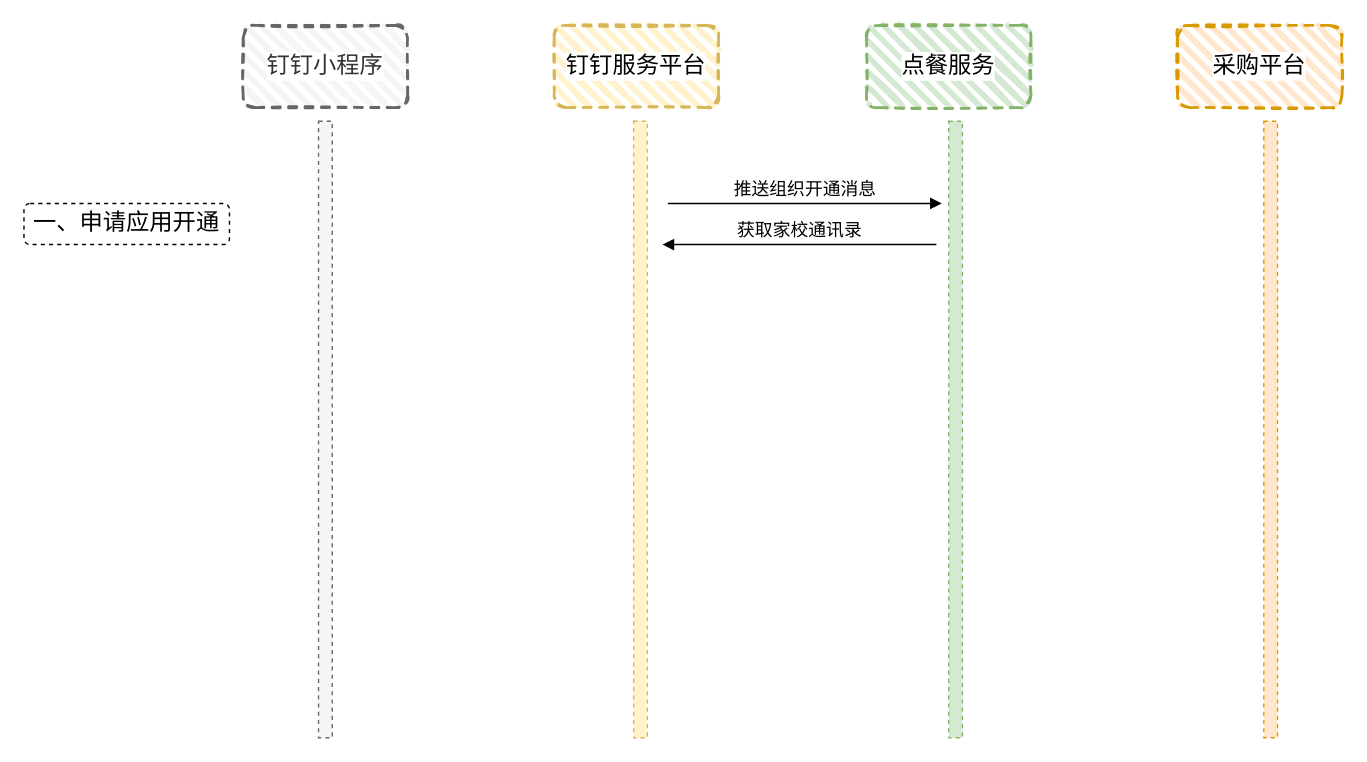
The draw.io diagram Untitled Diagram.drawio in mylovage/GolemQ, before the edit. Source tidied: cells renumbered, new cells numbered last; positions are measured from the earlier drawing's top-left corner, leaving out a move shared by most shapes. Both pictures are drawn from the tidied source at 137%, with x=0, y=0 at pixel (23, 25).
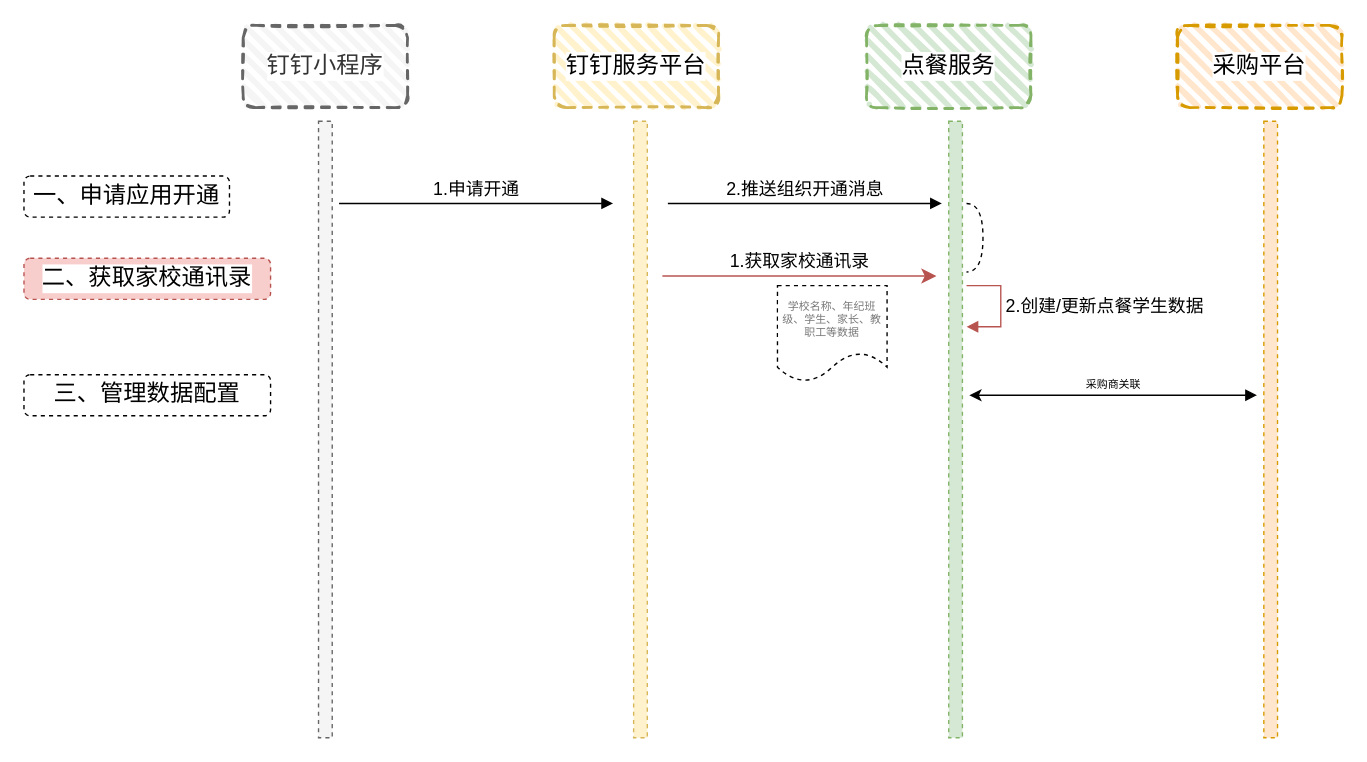
The same diagram, later.

Change to the diagram source:
```diff
@@
     <mxCell id="10" value="一、申请应用开通" style="rounded=1;whiteSpace=wrap;html=1;dashed=1;labelBackgroundColor=#ffffff;fontSize=17;" parent="1" vertex="1">
-      <mxGeometry y="130" width="150" height="30" as="geometry" />
+      <mxGeometry y="110" width="150" height="30" as="geometry" />
     </mxCell>
-    <mxCell id="11" value="推送组织开通消息" style="html=1;verticalAlign=bottom;startArrow=none;startFill=0;endArrow=block;fontSize=13;" parent="1" edge="1">
+    <mxCell id="11" value="2.推送组织开通消息" style="html=1;verticalAlign=bottom;startArrow=none;startFill=0;endArrow=block;fontSize=13;" parent="1" edge="1">
       <mxGeometry relative="1" as="geometry">
         <mxPoint x="470" y="130" as="sourcePoint" />
         <mxPoint x="670" y="130" as="targetPoint" />
       </mxGeometry>
     </mxCell>
-    <mxCell id="12" value="获取家校通讯录" style="html=1;verticalAlign=bottom;startArrow=none;startFill=0;endArrow=block;startSize=8;fontSize=13;" parent="1" edge="1">
+    <mxCell id="12" value="1.获取家校通讯录" style="html=1;verticalAlign=bottom;startArrow=classic;startFill=1;endArrow=none;startSize=8;fontSize=13;endFill=0;fillColor=#f8cecc;strokeColor=#B85450;" parent="1" edge="1">
       <mxGeometry relative="1" as="geometry">
-        <mxPoint x="666" y="160" as="sourcePoint" />
-        <mxPoint x="466" y="160" as="targetPoint" />
+        <mxPoint x="666" y="183" as="sourcePoint" />
+        <mxPoint x="466" y="183" as="targetPoint" />
       </mxGeometry>
     </mxCell>
+    <mxCell id="13" value="二、获取家校通讯录" style="rounded=1;whiteSpace=wrap;html=1;dashed=1;labelBackgroundColor=#ffffff;fontSize=17;fillColor=#f8cecc;strokeColor=#B85450;" parent="1" vertex="1">
+      <mxGeometry y="170" width="180" height="30" as="geometry" />
+    </mxCell>
+    <mxCell id="14" value="1.申请开通" style="html=1;verticalAlign=bottom;startArrow=none;startFill=0;endArrow=block;fontSize=13;" parent="1" edge="1">
+      <mxGeometry relative="1" as="geometry">
+        <mxPoint x="230" y="130" as="sourcePoint" />
+        <mxPoint x="430" y="130" as="targetPoint" />
+      </mxGeometry>
+    </mxCell>
+    <mxCell id="15" style="shape=requiredInterface;html=1;verticalLabelPosition=bottom;dashed=1;labelBackgroundColor=#ffffff;fontSize=13;" parent="1" vertex="1">
+      <mxGeometry x="688" y="130" width="12" height="50" as="geometry" />
+    </mxCell>
+    <mxCell id="16" value="2.创建/更新点餐学生数据" style="edgeStyle=orthogonalEdgeStyle;html=1;align=left;spacingLeft=2;endArrow=block;rounded=0;fontSize=13;fillColor=#f8cecc;strokeColor=#B85450;" parent="1" edge="1">
+      <mxGeometry relative="1" as="geometry">
+        <mxPoint x="688" y="190" as="sourcePoint" />
+        <mxPoint x="688" y="220" as="targetPoint" />
+        <Array as="points">
+          <mxPoint x="713" y="190" />
+        </Array>
+      </mxGeometry>
+    </mxCell>
+    <mxCell id="17" value="学校名称、年纪班级、学生、家长、教职工等数据" style="shape=document;whiteSpace=wrap;html=1;boundedLbl=1;dashed=1;labelBackgroundColor=#ffffff;fontSize=8;fontColor=#787878;" parent="1" vertex="1">
+      <mxGeometry x="550" y="190" width="80" height="70" as="geometry" />
+    </mxCell>
+    <mxCell id="18" value="三、管理数据配置" style="rounded=1;whiteSpace=wrap;html=1;dashed=1;labelBackgroundColor=#ffffff;fontSize=17;" parent="1" vertex="1">
+      <mxGeometry y="255" width="180" height="30" as="geometry" />
+    </mxCell>
+    <mxCell id="19" value="&lt;font color=&quot;#000000&quot;&gt;采购商关联&lt;/font&gt;" style="html=1;verticalAlign=bottom;endArrow=block;fontSize=8;fontColor=#787878;startArrow=classic;startFill=1;" parent="1" edge="1">
+      <mxGeometry relative="1" as="geometry">
+        <mxPoint x="690" y="270" as="sourcePoint" />
+        <mxPoint x="900" y="270" as="targetPoint" />
+      </mxGeometry>
+    </mxCell>
```
